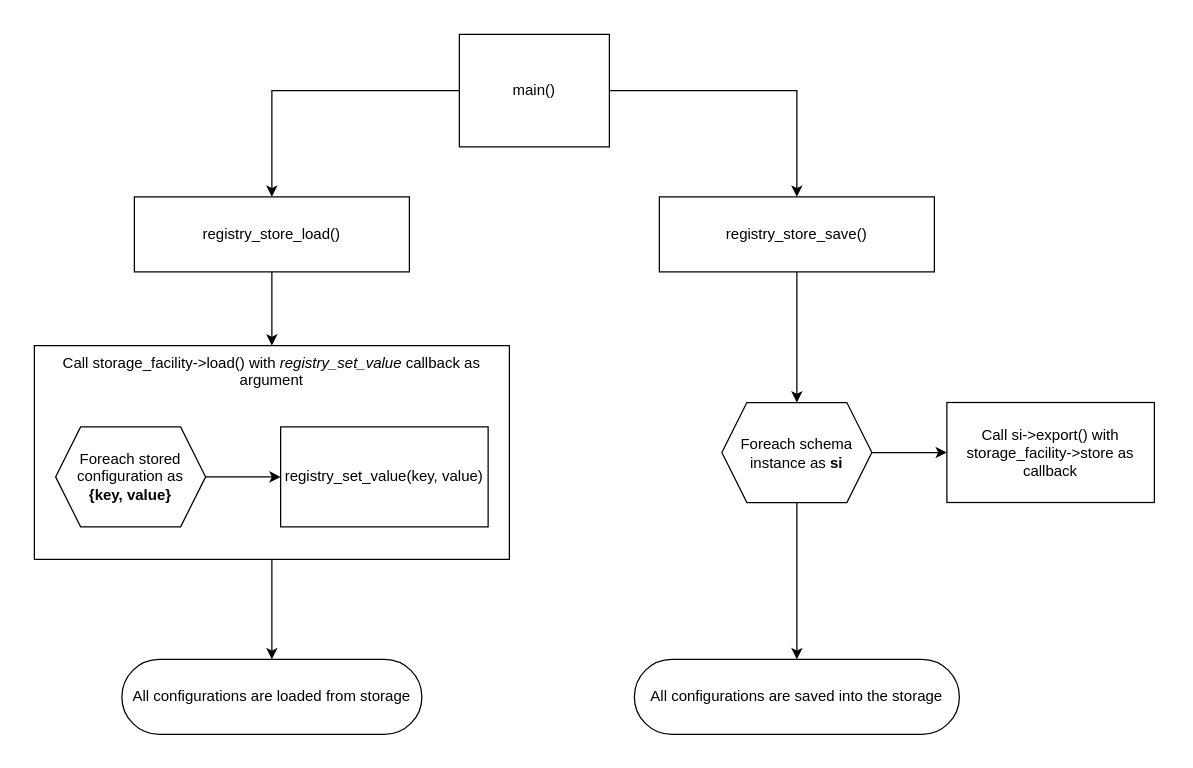
This is doc/drawio/store_behavioral_flow.drawio from LasseRosenow/riot-runtime-config, a draw.io file, before an edit. Source tidied: cells renumbered, new cells numbered last; positions are measured from the earlier drawing's top-left corner, leaving out a move shared by most shapes. Both pictures are drawn from the tidied source at 125%, with x=0, y=0 at pixel (21, 21).
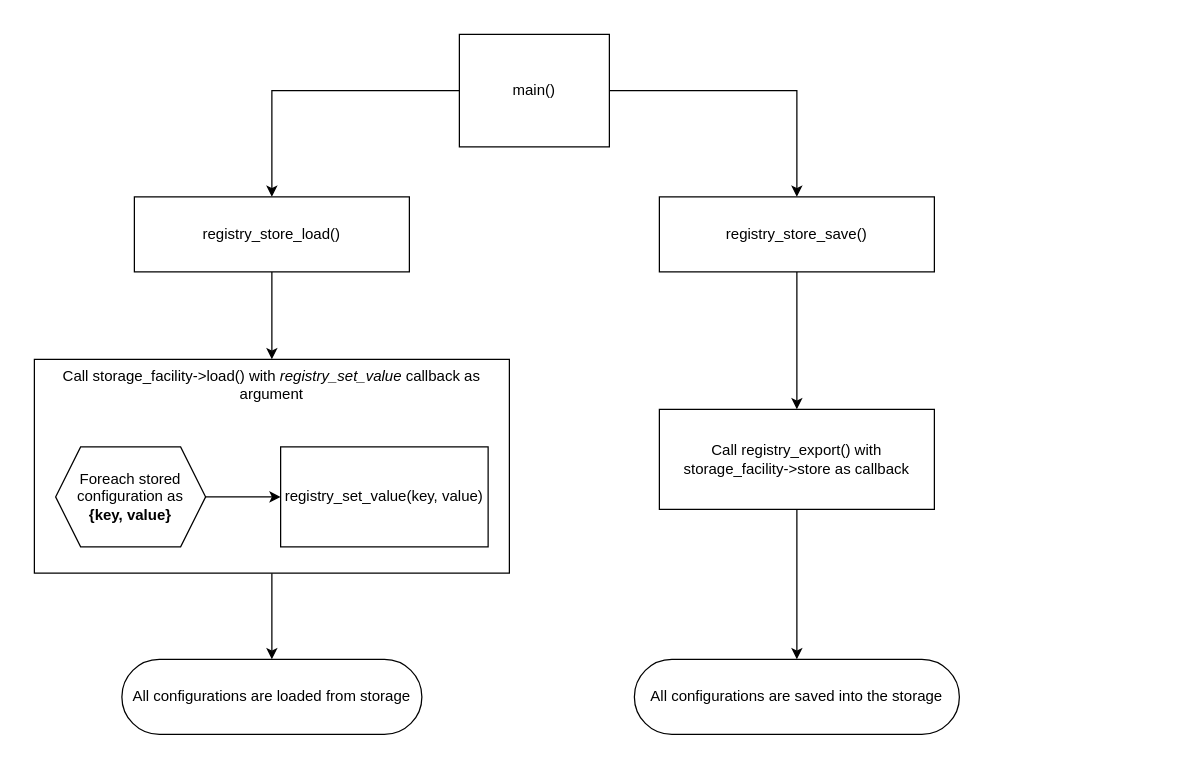
The same diagram, later.

Unchanged cells that the change refers to:
```xml
<mxCell id="7" value="registry_store_save()" style="rounded=0;whiteSpace=wrap;html=1;" parent="1" vertex="1">
  <mxGeometry x="510" y="140" width="220" height="60" as="geometry" />
</mxCell>
<mxCell id="14" value="All configurations are saved into the storage" style="rounded=1;whiteSpace=wrap;html=1;arcSize=50;" parent="1" vertex="1">
  <mxGeometry x="490" y="510" width="260" height="60" as="geometry" />
</mxCell>
```

What changed in the source:
```diff
@@
     <mxCell id="10" value="Call storage_facility-&amp;gt;load() with &lt;i&gt;registry_set_value&lt;/i&gt; callback as argument" style="rounded=0;whiteSpace=wrap;html=1;verticalAlign=top;" parent="1" vertex="1">
-      <mxGeometry x="10" y="259" width="380" height="171" as="geometry" />
+      <mxGeometry x="10" y="270" width="380" height="171" as="geometry" />
     </mxCell>
@@
-    <mxCell id="12" style="edgeStyle=elbowEdgeStyle;rounded=0;html=1;" parent="1" edge="1" source="7" target="17">
+    <mxCell id="12" style="edgeStyle=elbowEdgeStyle;rounded=0;html=1;" parent="1" edge="1" source="7" target="15">
       <mxGeometry relative="1" as="geometry" />
     </mxCell>
-    <mxCell id="13" style="edgeStyle=elbowEdgeStyle;rounded=0;html=1;exitX=1;exitY=0.5;exitDx=0;exitDy=0;" parent="1" edge="1" source="17" target="15">
-      <mxGeometry relative="1" as="geometry" />
-    </mxCell>
@@
-    <mxCell id="15" value="Call si-&amp;gt;export() with storage_facility-&amp;gt;store as callback" style="rounded=0;whiteSpace=wrap;html=1;" parent="1" vertex="1">
-      <mxGeometry x="740" y="304.5" width="166" height="80" as="geometry" />
+    <mxCell id="15" value="Call registry_export() with storage_facility-&amp;gt;store as callback" style="rounded=0;whiteSpace=wrap;html=1;" parent="1" vertex="1">
+      <mxGeometry x="510" y="310" width="220" height="80" as="geometry" />
     </mxCell>
-    <mxCell id="16" style="edgeStyle=elbowEdgeStyle;rounded=0;html=1;entryX=0.5;entryY=0;entryDx=0;entryDy=0;" parent="1" edge="1" source="17" target="14">
+    <mxCell id="16" style="edgeStyle=elbowEdgeStyle;rounded=0;html=1;entryX=0.5;entryY=0;entryDx=0;entryDy=0;" parent="1" edge="1" source="15" target="14">
       <mxGeometry relative="1" as="geometry" />
     </mxCell>
-    <mxCell id="17" value="Foreach schema&lt;br&gt;instance as&amp;nbsp;&lt;b&gt;si&lt;/b&gt;" style="shape=hexagon;perimeter=hexagonPerimeter2;whiteSpace=wrap;html=1;fixedSize=1;" parent="1" vertex="1">
-      <mxGeometry x="560" y="304.5" width="120" height="80" as="geometry" />
-    </mxCell>
@@
     <mxCell id="19" value="registry_set_value(key, value)" style="rounded=0;whiteSpace=wrap;html=1;" parent="1" vertex="1">
-      <mxGeometry x="207" y="324" width="166" height="80" as="geometry" />
+      <mxGeometry x="207" y="340" width="166" height="80" as="geometry" />
     </mxCell>
     <mxCell id="20" value="Foreach stored configuration&amp;nbsp;as&lt;br&gt;&lt;b&gt;{key, value}&lt;/b&gt;" style="shape=hexagon;perimeter=hexagonPerimeter2;whiteSpace=wrap;html=1;fixedSize=1;" parent="1" vertex="1">
-      <mxGeometry x="27" y="324" width="120" height="80" as="geometry" />
+      <mxGeometry x="27" y="340" width="120" height="80" as="geometry" />
     </mxCell>
```
